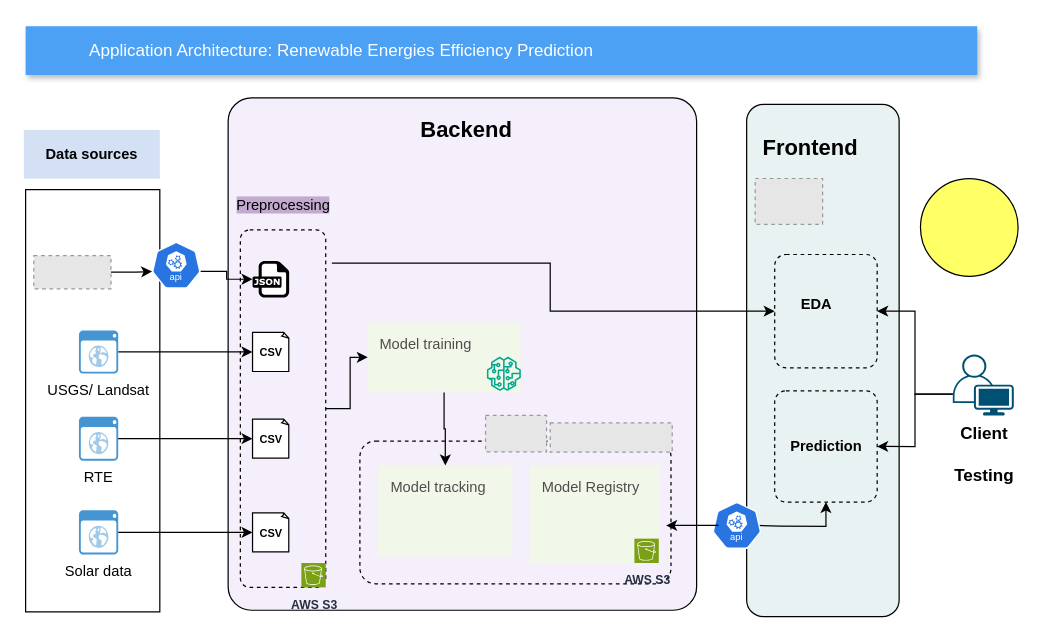
Before: Architecture-dsfs-36-REpredict.drawio in enavarrento/test_draw.io, a draw.io diagram. Source tidied: cells renumbered, new cells numbered last; positions are measured from the earlier drawing's top-left corner, leaving out a move shared by most shapes. Both pictures are drawn from the tidied source at 122%, with x=0, y=0 at pixel (23, 26). Pictures stored in the file or linked from it are replaced by grey dashed boxes.
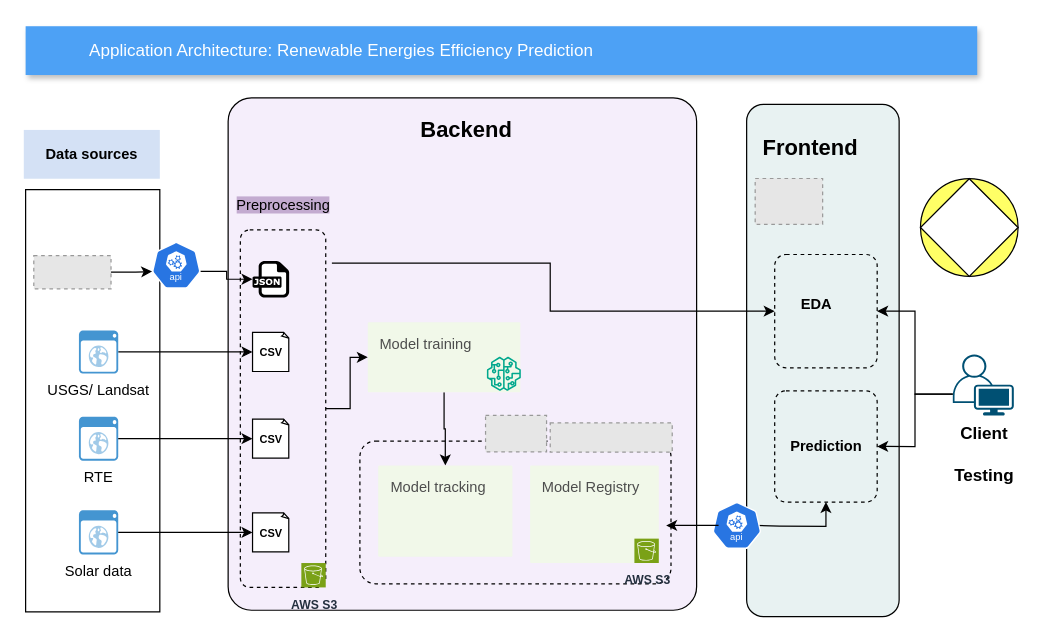
Above is the later version.

The edit, as a diff of the source:
```diff
@@
+    <mxCell id="49" style="rhombus;whiteSpace=wrap;html=1;" parent="1" vertex="1">
+      <mxGeometry x="735" y="125" width="80" height="80" as="geometry" />
+    </mxCell>
```
